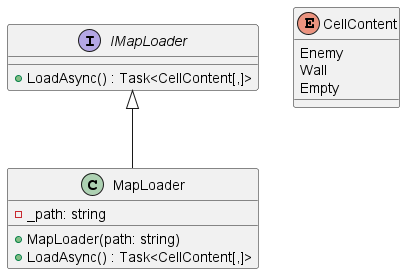
The PlantUML diagram Doc/out/persistence/persistence.png in adamkekesi/Bomber, before a commit. The source it was exported from:
```plantuml
@startuml
enum CellContent {
    Enemy
    Wall
    Empty
}
interface IMapLoader {
    + LoadAsync() : Task<CellContent[,]>
}

class MapLoader {
    - _path: string
    + MapLoader(path: string)
    + LoadAsync() : Task<CellContent[,]>
}

MapLoader -up-|>IMapLoader
@enduml
```
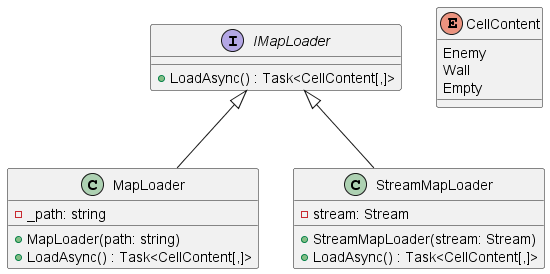
Later version of the same file.

Change to the diagram source:
```diff
@@ -14,5 +14,13 @@
     + LoadAsync() : Task<CellContent[,]>
 }
 
+class StreamMapLoader {
+    - stream: Stream
+    + StreamMapLoader(stream: Stream)
+    + LoadAsync() : Task<CellContent[,]>
+}
+
 MapLoader -up-|>IMapLoader
+StreamMapLoader -up-|>IMapLoader
+
 @enduml
```
